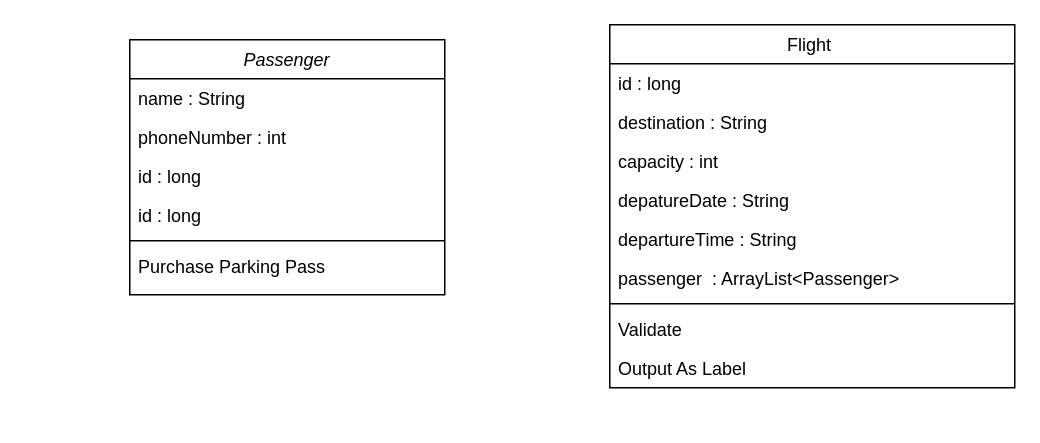
Above: airline_api_UML.drawio in bendesousa/airline_api_lab (draw.io), before the change. Source tidied: cells renumbered, new cells numbered last; positions are measured from the earlier drawing's top-left corner, leaving out a move shared by most shapes. Both pictures are drawn from the tidied source at 150%, with x=0, y=0 at pixel (129, 24).
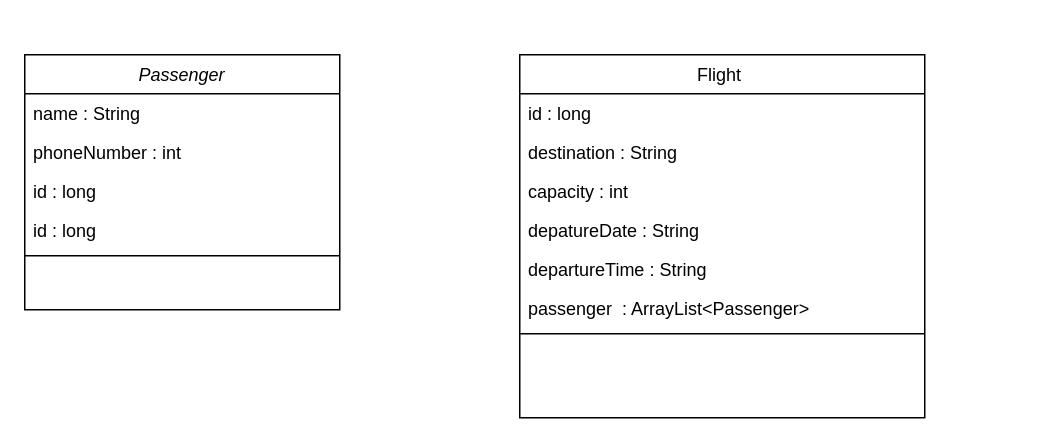
The same diagram, later.

Commit message (it also covers changes not shown here):
started working on planning diagrams

The edit, as a diff of the source:
```diff
@@
 <mxGraphModel>
   <root>
     <mxCell id="0" />
     <mxCell id="1" parent="0" />
     <mxCell id="2" value="Passenger" style="swimlane;fontStyle=2;align=center;verticalAlign=top;horizontal=1;startSize=26;rounded=0;shadow=0;strokeWidth=1;" parent="1" vertex="1">
-      <mxGeometry y="10" width="210" height="170" as="geometry" />
+      <mxGeometry x="-70" y="20" width="210" height="170" as="geometry" />
     </mxCell>
     <mxCell id="3" value="name : String" style="text;align=left;verticalAlign=top;spacingLeft=4;spacingRight=4;overflow=hidden;" parent="2" vertex="1">
       <mxGeometry y="26" width="210" height="26" as="geometry" />
     </mxCell>
     <mxCell id="4" value="phoneNumber : int" style="text;align=left;verticalAlign=top;spacingLeft=4;spacingRight=4;overflow=hidden;rounded=0;shadow=0;html=0;" parent="2" vertex="1">
       <mxGeometry y="52" width="210" height="26" as="geometry" />
     </mxCell>
     <mxCell id="5" value="id : long " style="text;align=left;verticalAlign=top;spacingLeft=4;spacingRight=4;overflow=hidden;rounded=0;shadow=0;html=0;" parent="2" vertex="1">
       <mxGeometry y="78" width="210" height="26" as="geometry" />
     </mxCell>
     <mxCell id="6" value="id : long " style="text;align=left;verticalAlign=top;spacingLeft=4;spacingRight=4;overflow=hidden;rounded=0;shadow=0;html=0;" parent="2" vertex="1">
       <mxGeometry y="104" width="210" height="26" as="geometry" />
     </mxCell>
     <mxCell id="7" style="line;html=1;strokeWidth=1;align=left;verticalAlign=middle;spacingTop=-1;spacingLeft=3;spacingRight=3;labelPosition=right;" parent="2" vertex="1">
       <mxGeometry y="130" width="210" height="8" as="geometry" />
     </mxCell>
-    <mxCell id="8" value="Purchase Parking Pass" style="text;align=left;verticalAlign=top;spacingLeft=4;spacingRight=4;overflow=hidden;" parent="2" vertex="1">
-      <mxGeometry y="138" width="210" height="26" as="geometry" />
-    </mxCell>
     <mxCell id="9" value="Flight " style="swimlane;fontStyle=0;align=center;verticalAlign=top;horizontal=1;startSize=26;rounded=0;shadow=0;strokeWidth=1;" parent="1" vertex="1">
-      <mxGeometry x="320" width="270" height="242" as="geometry" />
+      <mxGeometry x="260" y="20" width="270" height="242" as="geometry" />
     </mxCell>
     <mxCell id="10" value="id : long " style="text;align=left;verticalAlign=top;spacingLeft=4;spacingRight=4;overflow=hidden;" parent="9" vertex="1">
       <mxGeometry y="26" width="270" height="26" as="geometry" />
     </mxCell>
     <mxCell id="11" value="destination : String" style="text;align=left;verticalAlign=top;spacingLeft=4;spacingRight=4;overflow=hidden;rounded=0;shadow=0;html=0;" parent="9" vertex="1">
       <mxGeometry y="52" width="270" height="26" as="geometry" />
     </mxCell>
     <mxCell id="12" value="capacity : int" style="text;align=left;verticalAlign=top;spacingLeft=4;spacingRight=4;overflow=hidden;rounded=0;shadow=0;html=0;" parent="9" vertex="1">
       <mxGeometry y="78" width="270" height="26" as="geometry" />
     </mxCell>
     <mxCell id="13" value="depatureDate : String" style="text;align=left;verticalAlign=top;spacingLeft=4;spacingRight=4;overflow=hidden;rounded=0;shadow=0;html=0;" parent="9" vertex="1">
       <mxGeometry y="104" width="270" height="26" as="geometry" />
     </mxCell>
     <mxCell id="14" value="departureTime : String " style="text;align=left;verticalAlign=top;spacingLeft=4;spacingRight=4;overflow=hidden;rounded=0;shadow=0;html=0;" parent="9" vertex="1">
       <mxGeometry y="130" width="270" height="26" as="geometry" />
     </mxCell>
     <mxCell id="15" value="passenger  : ArrayList&lt;Passenger&gt; " style="text;align=left;verticalAlign=top;spacingLeft=4;spacingRight=4;overflow=hidden;rounded=0;shadow=0;html=0;" parent="9" vertex="1">
       <mxGeometry y="156" width="270" height="26" as="geometry" />
     </mxCell>
     <mxCell id="16" style="line;html=1;strokeWidth=1;align=left;verticalAlign=middle;spacingTop=-1;spacingLeft=3;spacingRight=3;labelPosition=right;" parent="9" vertex="1">
       <mxGeometry y="182" width="270" height="8" as="geometry" />
     </mxCell>
-    <mxCell id="17" value="Validate" style="text;align=left;verticalAlign=top;spacingLeft=4;spacingRight=4;overflow=hidden;" parent="9" vertex="1">
-      <mxGeometry y="190" width="270" height="26" as="geometry" />
-    </mxCell>
-    <mxCell id="18" value="Output As Label" style="text;align=left;verticalAlign=top;spacingLeft=4;spacingRight=4;overflow=hidden;" parent="9" vertex="1">
-      <mxGeometry y="216" width="270" height="26" as="geometry" />
-    </mxCell>
   </root>
 </mxGraphModel>
```
